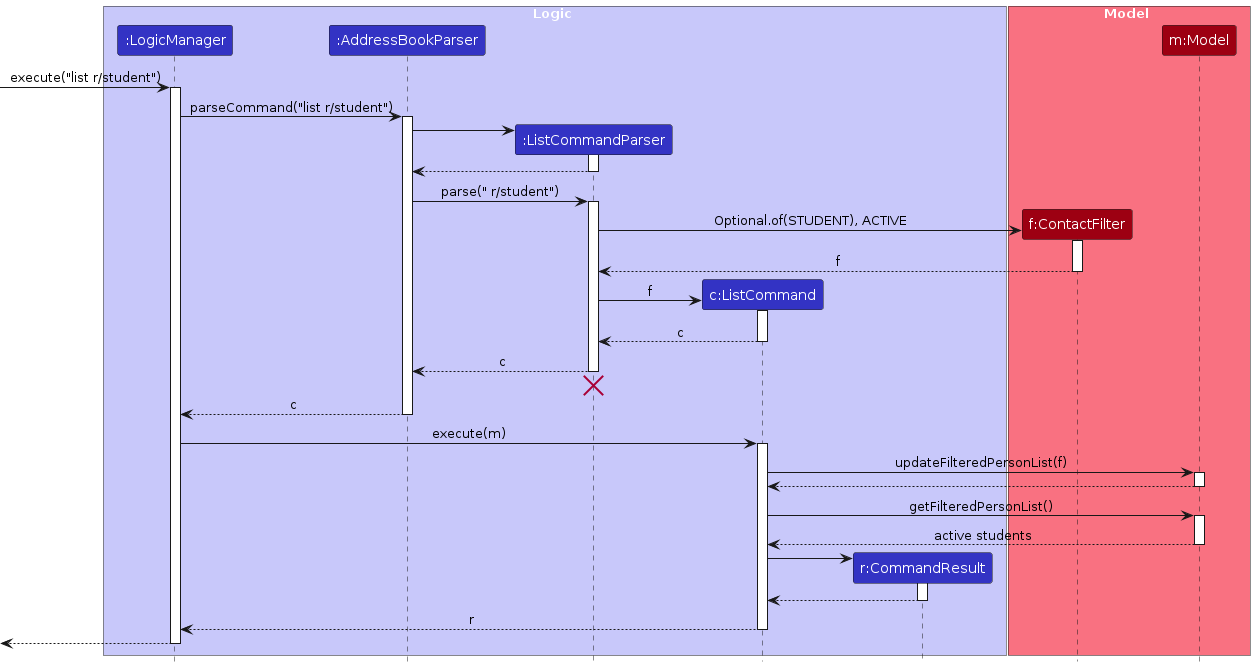
AY2627S1-CS2103T-T15-2/tp keeps this PlantUML diagram as diagrams/ListSequenceDiagram.png. Above is the earlier version. Its source is kept beside it as diagrams/ListSequenceDiagram.puml. Source of this version:
```plantuml
@startuml
!include style.puml
skinparam ArrowFontStyle plain

box Logic LOGIC_COLOR_T1
participant ":LogicManager" as LogicManager LOGIC_COLOR
participant ":AddressBookParser" as AddressBookParser LOGIC_COLOR
participant ":ListCommandParser" as ListCommandParser LOGIC_COLOR
participant "c:ListCommand" as ListCommand LOGIC_COLOR
participant "r:CommandResult" as CommandResult LOGIC_COLOR
end box

box Model MODEL_COLOR_T1
participant "f:ContactFilter" as ContactFilter MODEL_COLOR
participant "m:Model" as Model MODEL_COLOR
end box

[-> LogicManager : execute("list r/student")
activate LogicManager

LogicManager -> AddressBookParser : parseCommand("list r/student")
activate AddressBookParser

create ListCommandParser
AddressBookParser -> ListCommandParser
activate ListCommandParser

ListCommandParser --> AddressBookParser
deactivate ListCommandParser

AddressBookParser -> ListCommandParser : parse(" r/student")
activate ListCommandParser

create ContactFilter
ListCommandParser -> ContactFilter : Optional.of(STUDENT), ACTIVE
activate ContactFilter

ContactFilter --> ListCommandParser : f
deactivate ContactFilter

create ListCommand
ListCommandParser -> ListCommand : f
activate ListCommand

ListCommand --> ListCommandParser : c
deactivate ListCommand

ListCommandParser --> AddressBookParser : c
deactivate ListCommandParser
ListCommandParser -[hidden]-> AddressBookParser
destroy ListCommandParser

AddressBookParser --> LogicManager : c
deactivate AddressBookParser

LogicManager -> ListCommand : execute(m)
activate ListCommand

ListCommand -> Model : updateFilteredPersonList(f)
activate Model

Model --> ListCommand
deactivate Model

ListCommand -> Model : getFilteredPersonList()
activate Model

Model --> ListCommand : active students
deactivate Model

create CommandResult
ListCommand -> CommandResult
activate CommandResult

CommandResult --> ListCommand
deactivate CommandResult

ListCommand --> LogicManager : r
deactivate ListCommand

[<--LogicManager
deactivate LogicManager
@enduml
```
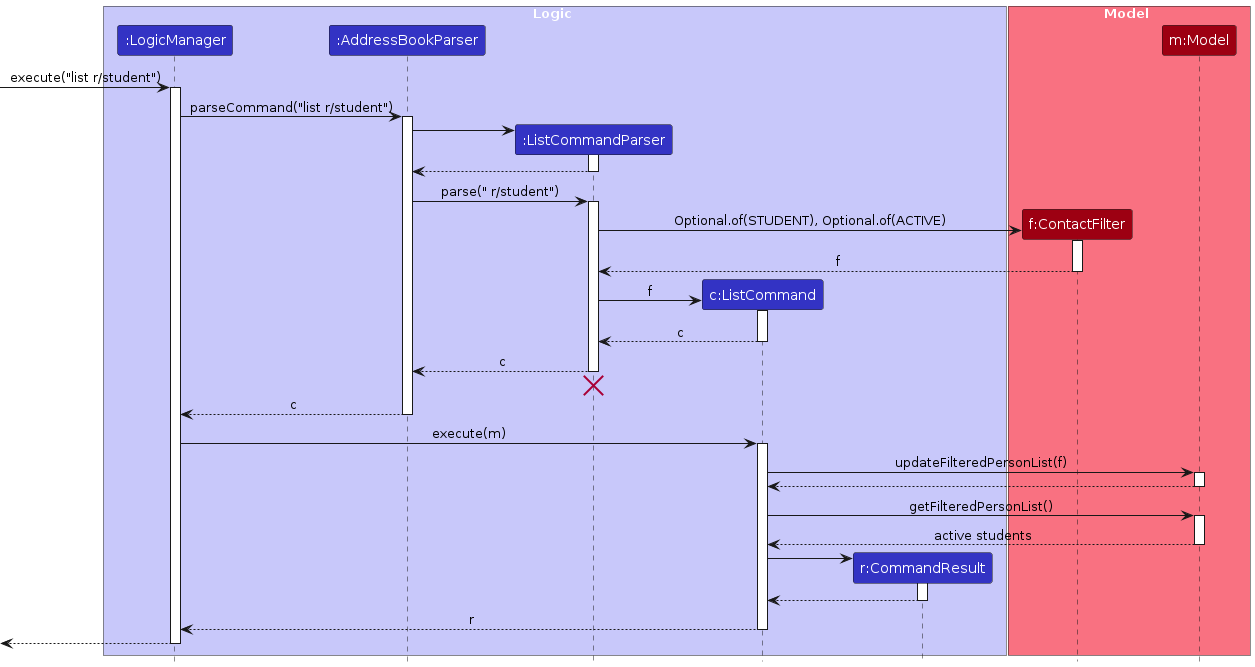
Later version of the same file.

Diff of the diagram source:
```diff
@@ -32,7 +32,7 @@
 activate ListCommandParser
 
 create ContactFilter
-ListCommandParser -> ContactFilter : Optional.of(STUDENT), ACTIVE
+ListCommandParser -> ContactFilter : Optional.of(STUDENT), Optional.of(ACTIVE)
 activate ContactFilter
 
 ContactFilter --> ListCommandParser : f
```
